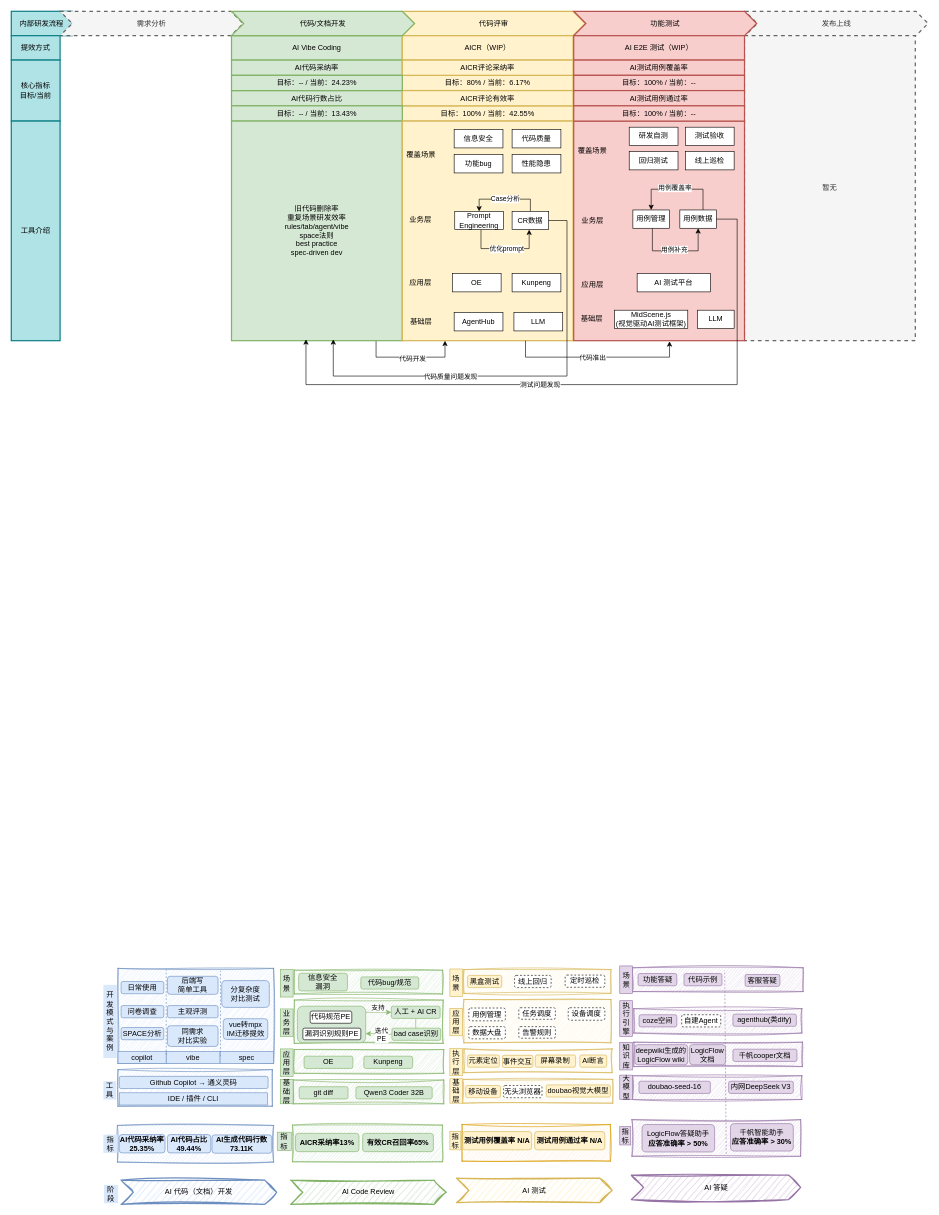
Above: AI研发提效.drawio in Zsynuting/diagram (draw.io), before the change. Source tidied: cells renumbered, new cells numbered last; positions are measured from the earlier drawing's top-left corner, leaving out a move shared by most shapes. Both pictures are drawn from the tidied source at 61%, with x=0, y=0 at pixel (11, 11).
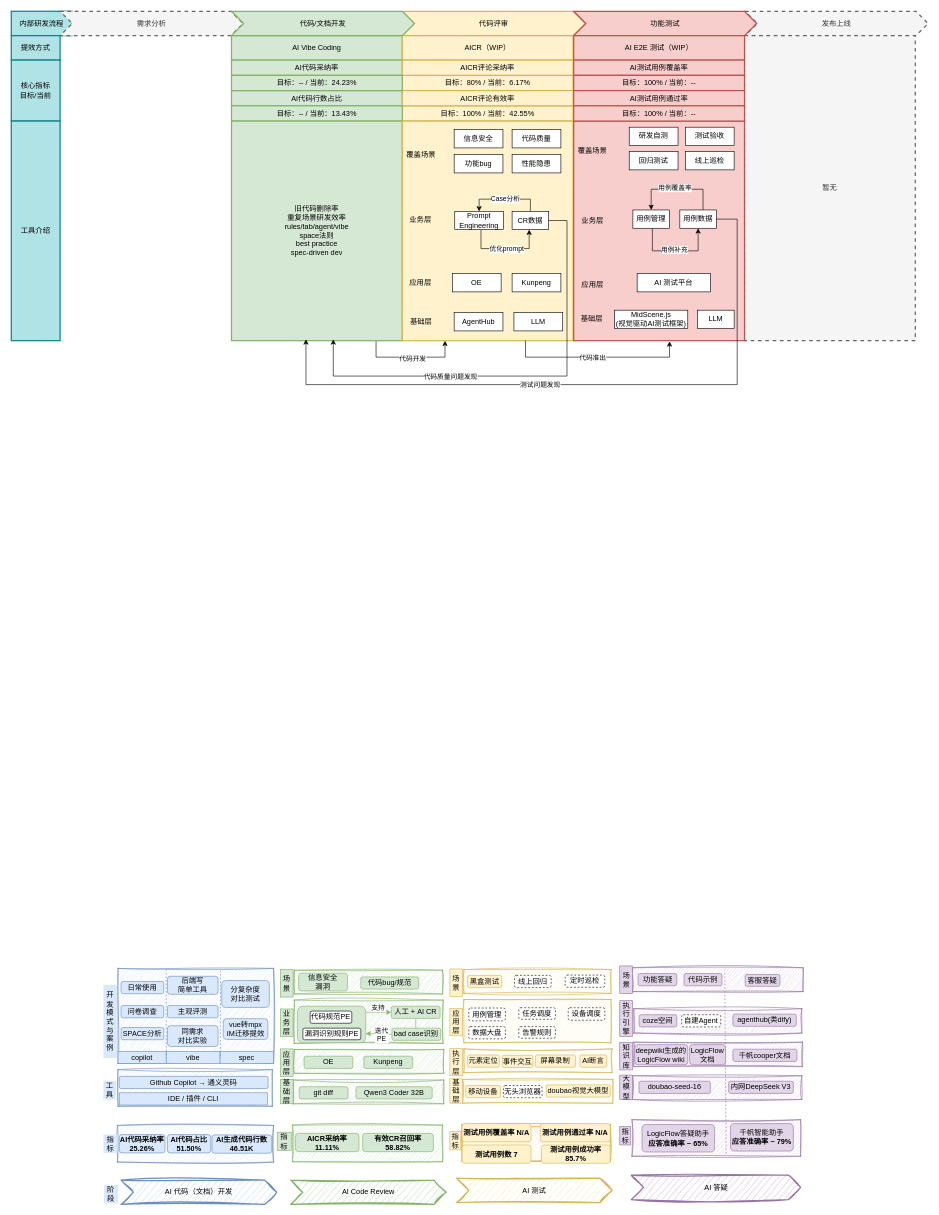
The same page after the edit.

Commit message:
更新AI研发提效.drawio

Diff of the diagram source:
```diff
@@
-    <mxCell id="84" value="AI代码采纳率25.35%" style="rounded=1;whiteSpace=wrap;html=1;fillColor=#dae8fc;strokeColor=#6c8ebf;fontStyle=1;" parent="1" vertex="1">
+    <mxCell id="84" value="AI代码采纳率25.26%" style="rounded=1;whiteSpace=wrap;html=1;fillColor=#dae8fc;strokeColor=#6c8ebf;fontStyle=1;" parent="1" vertex="1">
       <mxGeometry x="177" y="1841.5" width="75" height="30" as="geometry" />
     </mxCell>
-    <mxCell id="85" value="AI代码占比&lt;div&gt;49.44%&lt;/div&gt;" style="rounded=1;whiteSpace=wrap;html=1;fillColor=#dae8fc;strokeColor=#6c8ebf;fontStyle=1;" parent="1" vertex="1">
+    <mxCell id="85" value="AI代码占比&lt;div&gt;51.50%&lt;/div&gt;" style="rounded=1;whiteSpace=wrap;html=1;fillColor=#dae8fc;strokeColor=#6c8ebf;fontStyle=1;" parent="1" vertex="1">
       <mxGeometry x="256" y="1841.5" width="71" height="30" as="geometry" />
     </mxCell>
@@
-    <mxCell id="106" value="AICR采纳率13%" style="rounded=1;whiteSpace=wrap;html=1;fillColor=#d5e8d4;strokeColor=#82b366;fontStyle=1;" parent="1" vertex="1">
+    <mxCell id="106" value="AICR采纳率11.11%" style="rounded=1;whiteSpace=wrap;html=1;fillColor=#d5e8d4;strokeColor=#82b366;fontStyle=1;" parent="1" vertex="1">
       <mxGeometry x="466" y="1839.5" width="104" height="30" as="geometry" />
     </mxCell>
-    <mxCell id="107" value="有效CR召回率65%" style="rounded=1;whiteSpace=wrap;html=1;fillColor=#d5e8d4;strokeColor=#82b366;fontStyle=1;" parent="1" vertex="1">
+    <mxCell id="107" value="有效CR召回率58.82%" style="rounded=1;whiteSpace=wrap;html=1;fillColor=#d5e8d4;strokeColor=#82b366;fontStyle=1;" parent="1" vertex="1">
       <mxGeometry x="576" y="1839.5" width="116" height="30" as="geometry" />
     </mxCell>
@@
     <mxCell id="133" value="测试用例覆盖率 N/A" style="rounded=1;whiteSpace=wrap;html=1;fillColor=#fff2cc;strokeColor=#d6b656;fontStyle=1;" parent="1" vertex="1">
-      <mxGeometry x="740" y="1836.5" width="113" height="30" as="geometry" />
+      <mxGeometry x="739" y="1823.5" width="113" height="30" as="geometry" />
     </mxCell>
     <mxCell id="134" value="测试用例通过率 N/A" style="rounded=1;whiteSpace=wrap;html=1;fillColor=#fff2cc;strokeColor=#d6b656;fontStyle=1;" parent="1" vertex="1">
-      <mxGeometry x="858" y="1836.5" width="115" height="30" as="geometry" />
+      <mxGeometry x="867.1" y="1823.5" width="115" height="30" as="geometry" />
     </mxCell>
@@
-    <mxCell id="158" value="&lt;div&gt;&lt;span style=&quot;font-weight: 400;&quot;&gt;LogicFlow答疑助手&lt;/span&gt;&lt;/div&gt;应答准确率 &amp;gt; 50%" style="rounded=1;whiteSpace=wrap;html=1;fillColor=#e1d5e7;strokeColor=#9673a6;fontStyle=1;" parent="1" vertex="1">
+    <mxCell id="158" value="&lt;div&gt;&lt;span style=&quot;font-weight: 400;&quot;&gt;LogicFlow答疑助手&lt;/span&gt;&lt;/div&gt;应答准确率 ~ 65%" style="rounded=1;whiteSpace=wrap;html=1;fillColor=#e1d5e7;strokeColor=#9673a6;fontStyle=1;" parent="1" vertex="1">
       <mxGeometry x="1034" y="1825" width="119" height="45" as="geometry" />
     </mxCell>
@@
-    <mxCell id="160" value="&lt;div&gt;&lt;span style=&quot;font-weight: 400;&quot;&gt;千帆智能助手&lt;/span&gt;&lt;/div&gt;应答准确率 &amp;gt; 30%" style="rounded=1;whiteSpace=wrap;html=1;fillColor=#e1d5e7;strokeColor=#9673a6;fontStyle=1;" parent="1" vertex="1">
+    <mxCell id="160" value="&lt;div&gt;&lt;span style=&quot;font-weight: 400;&quot;&gt;千帆智能助手&lt;/span&gt;&lt;/div&gt;应答准确率 ~ 79%" style="rounded=1;whiteSpace=wrap;html=1;fillColor=#e1d5e7;strokeColor=#9673a6;fontStyle=1;" parent="1" vertex="1">
       <mxGeometry x="1179" y="1823.5" width="103" height="45" as="geometry" />
     </mxCell>
@@
-    <mxCell id="182" value="AI生成代码行数73.11K" style="rounded=1;whiteSpace=wrap;html=1;fillColor=#dae8fc;strokeColor=#6c8ebf;fontStyle=1;" parent="1" vertex="1">
+    <mxCell id="182" value="AI生成代码行数46.51K" style="rounded=1;whiteSpace=wrap;html=1;fillColor=#dae8fc;strokeColor=#6c8ebf;fontStyle=1;" parent="1" vertex="1">
       <mxGeometry x="329" y="1842" width="98" height="30" as="geometry" />
     </mxCell>
@@
+    <mxCell id="184" value="测试用例数 7" style="rounded=1;whiteSpace=wrap;html=1;fillColor=#fff2cc;strokeColor=#d6b656;fontStyle=1;" parent="1" vertex="1">
+      <mxGeometry x="739" y="1858.5" width="113" height="30" as="geometry" />
+    </mxCell>
+    <mxCell id="185" value="测试用例成功率 85.7%" style="rounded=1;whiteSpace=wrap;html=1;fillColor=#fff2cc;strokeColor=#d6b656;fontStyle=1;" parent="1" vertex="1">
+      <mxGeometry x="869" y="1858.5" width="113" height="30" as="geometry" />
+    </mxCell>
```
